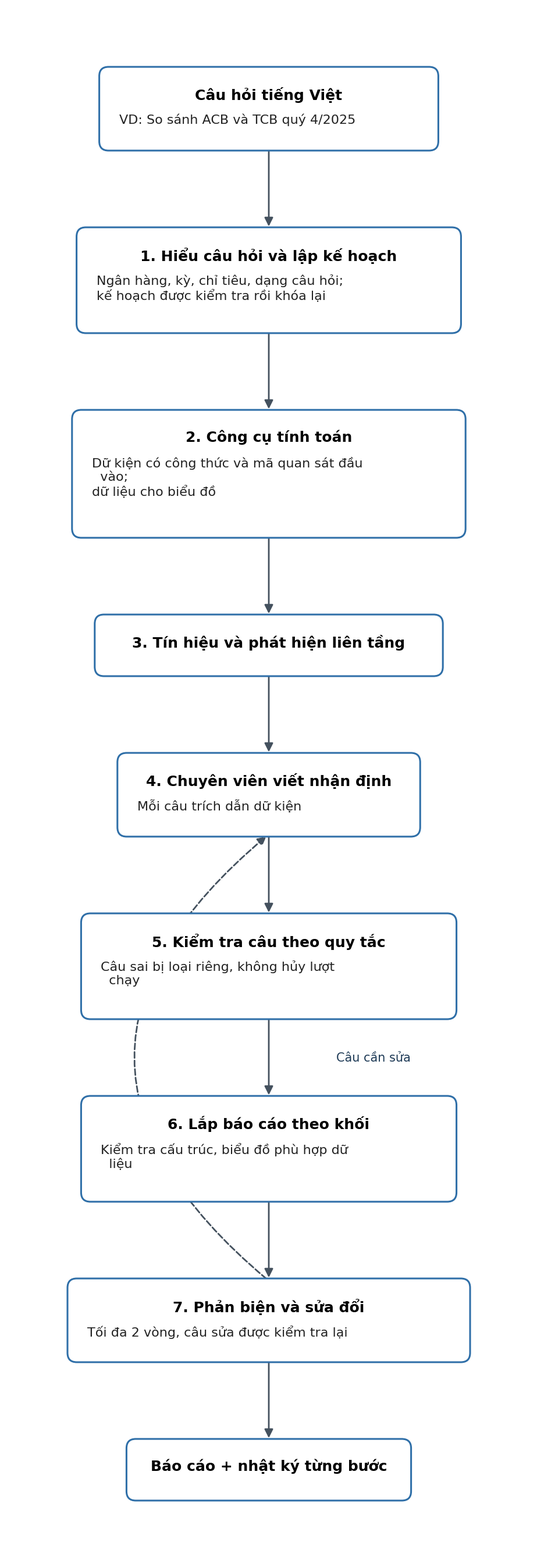
Above: docs/thesis-v2/figures/hinh-4-2-luong-phan-tich-end-to-end.png in thaicuong576/final-thesis (Mermaid), before the change. Its source is kept beside it as docs/thesis-v2/figures/hinh-4-2-luong-phan-tich-end-to-end.mmd.
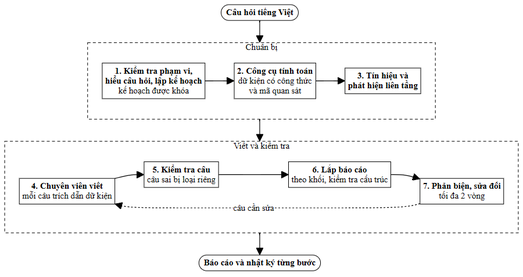
Above is the later version.

Change to the diagram source:
```diff
@@ -1,12 +1,22 @@
-flowchart TD
-    Q(["<b>Câu hỏi tiếng Việt</b><br/>VD: So sánh ACB và TCB quý 4/2025"])
-    P["<b>1. Hiểu câu hỏi và lập kế hoạch</b><br/>Ngân hàng, kỳ, chỉ tiêu, dạng câu hỏi;<br/>kế hoạch được kiểm tra rồi khóa lại"]
-    T["<b>2. Công cụ tính toán</b><br/>Dữ kiện có công thức và mã quan sát đầu vào;<br/>dữ liệu cho biểu đồ"]
-    G["<b>3. Tín hiệu và phát hiện liên tầng</b>"]
-    W["<b>4. Chuyên viên viết nhận định</b><br/>Mỗi câu trích dẫn dữ kiện"]
-    V["<b>5. Kiểm tra câu theo quy tắc</b><br/>Câu sai bị loại riêng, không hủy lượt chạy"]
-    A["<b>6. Lắp báo cáo theo khối</b><br/>Kiểm tra cấu trúc, biểu đồ phù hợp dữ liệu"]
-    C["<b>7. Phản biện và sửa đổi</b><br/>Tối đa 2 vòng, câu sửa được kiểm tra lại"]
-    O(["<b>Báo cáo + nhật ký từng bước</b>"])
-    Q --> P --> T --> G --> W --> V --> A --> C --> O
-    C -.->|"Câu cần sửa"| W
+flowchart TB
+    Q(["<b>Câu hỏi tiếng Việt</b>"])
+    subgraph PRE ["Chuẩn bị"]
+        direction LR
+        P["<b>1. Kiểm tra phạm vi,<br/>hiểu câu hỏi, lập kế hoạch</b><br/>kế hoạch được khóa"]
+        T["<b>2. Công cụ tính toán</b><br/>dữ kiện có công thức<br/>và mã quan sát"]
+        G["<b>3. Tín hiệu và<br/>phát hiện liên tầng</b>"]
+        P --> T --> G
+    end
+    subgraph WRI ["Viết và kiểm tra"]
+        direction LR
+        W["<b>4. Chuyên viên viết</b><br/>mỗi câu trích dẫn dữ kiện"]
+        V["<b>5. Kiểm tra câu</b><br/>câu sai bị loại riêng"]
+        A["<b>6. Lắp báo cáo</b><br/>theo khối, kiểm tra cấu trúc"]
+        C["<b>7. Phản biện, sửa đổi</b><br/>tối đa 2 vòng"]
+        W --> V --> A --> C
+        C -.->|"câu cần sửa"| W
+    end
+    O(["<b>Báo cáo và nhật ký từng bước</b>"])
+    Q --> PRE
+    PRE --> WRI
+    WRI --> O
```
